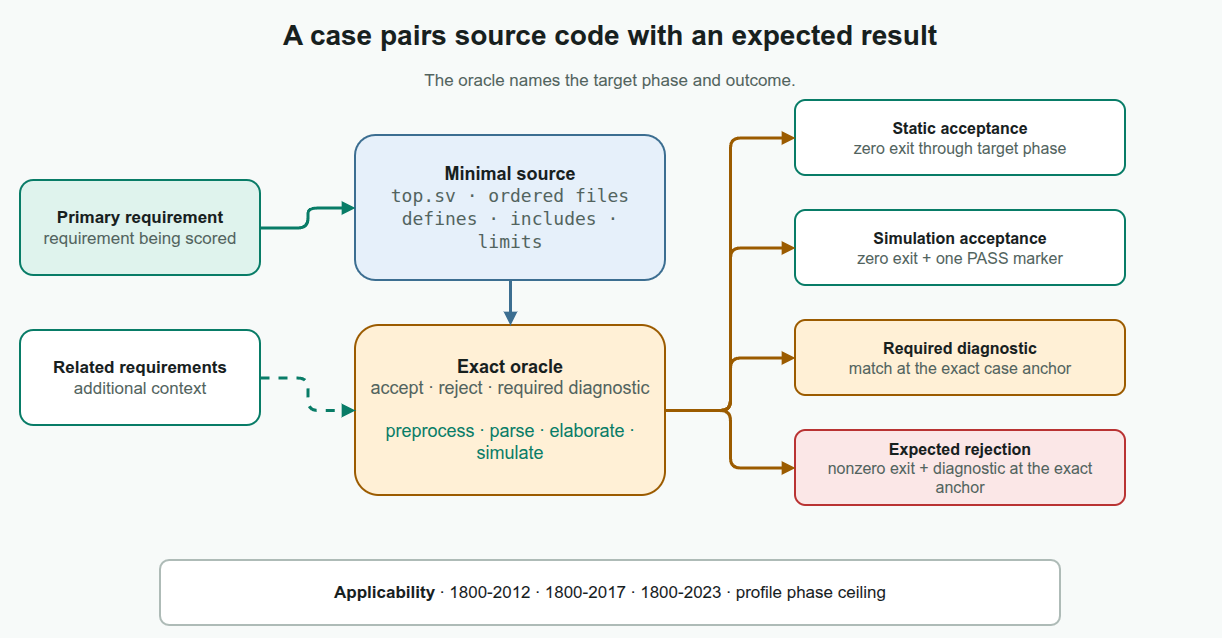
The draw.io diagram docs/about/assets/executable-cases.drawio.png in kleverhq/svtorture, before a commit. Source tidied: cells renumbered, new cells last; positions are measured from the earlier drawing's top-left corner, leaving out a move shared by most shapes.
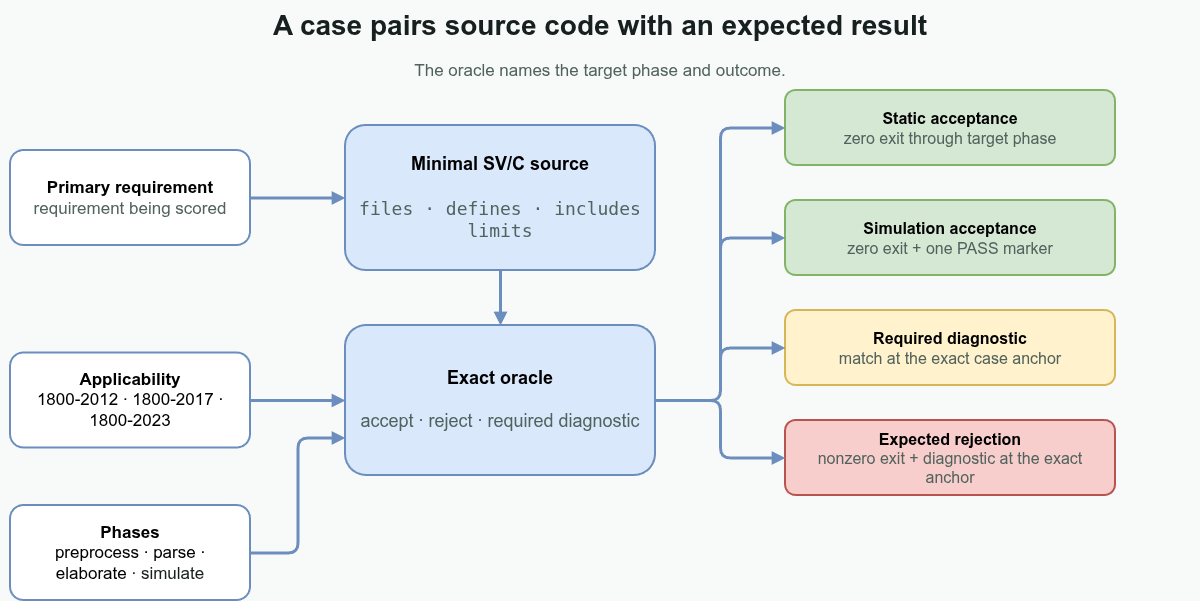
The same file after the commit.

The edit, as a diff of the source:
```diff
@@ -8,53 +8,56 @@
     <mxCell id="3" value="The oracle names the target phase and outcome." style="rounded=1;whiteSpace=wrap;html=1;arcSize=14;fillColor=none;strokeColor=none;strokeWidth=2;fontColor=#52635E;fontSize=17;fontStyle=0;align=center;verticalAlign=middle;spacing=10;rounded=0;spacing=0;verticalAlign=middle;" parent="1" vertex="1">
       <mxGeometry x="60" y="53" width="1080" height="35" as="geometry" />
     </mxCell>
-    <mxCell id="4" value="&lt;b&gt;Primary requirement&lt;/b&gt;&lt;br&gt;&lt;font color=&quot;#52635E&quot;&gt;requirement being scored&lt;/font&gt;" style="rounded=1;whiteSpace=wrap;html=1;arcSize=14;fillColor=#DFF3ED;strokeColor=#087C67;strokeWidth=2;fontColor=#17201E;fontSize=17;fontStyle=0;align=center;verticalAlign=middle;spacing=10;" parent="1" vertex="1">
-      <mxGeometry x="10" y="170" width="240" height="95" as="geometry" />
+    <mxCell id="4" value="&lt;b&gt;Primary requirement&lt;/b&gt;&lt;br&gt;&lt;font color=&quot;#52635E&quot;&gt;requirement being scored&lt;/font&gt;" style="rounded=1;whiteSpace=wrap;html=1;arcSize=14;fillColor=default;strokeColor=#6c8ebf;strokeWidth=2;fontSize=17;fontStyle=0;align=center;verticalAlign=middle;spacing=10;" parent="1" vertex="1">
+      <mxGeometry x="10" y="150" width="240" height="95" as="geometry" />
     </mxCell>
-    <mxCell id="5" value="&lt;b&gt;Related requirements&lt;/b&gt;&lt;br&gt;&lt;font color=&quot;#52635E&quot;&gt;additional context&lt;/font&gt;" style="rounded=1;whiteSpace=wrap;html=1;arcSize=14;fillColor=#FFFFFF;strokeColor=#087C67;strokeWidth=2;fontColor=#17201E;fontSize=17;fontStyle=0;align=center;verticalAlign=middle;spacing=10;" parent="1" vertex="1">
-      <mxGeometry x="10" y="320" width="240" height="95" as="geometry" />
-    </mxCell>
-    <mxCell id="6" value="&lt;b&gt;Minimal source&lt;/b&gt;&lt;br&gt;&lt;font face=&quot;monospace&quot; color=&quot;#52635E&quot;&gt;top.sv · ordered files&lt;br&gt;defines · includes · limits&lt;/font&gt;" style="rounded=1;whiteSpace=wrap;html=1;arcSize=14;fillColor=#E6F0FA;strokeColor=#3C6E91;strokeWidth=2;fontColor=#17201E;fontSize=18;fontStyle=0;align=center;verticalAlign=middle;spacing=10;" parent="1" vertex="1">
+    <mxCell id="6" value="&lt;b&gt;Minimal SV/C source&lt;/b&gt;&lt;div&gt;&lt;b&gt;&lt;br&gt;&lt;/b&gt;&lt;font face=&quot;monospace&quot; color=&quot;#52635E&quot;&gt;files ·&amp;nbsp;defines · includes limits&lt;/font&gt;&lt;/div&gt;" style="rounded=1;whiteSpace=wrap;html=1;arcSize=14;fillColor=#dae8fc;strokeColor=#6c8ebf;strokeWidth=2;fontSize=18;fontStyle=0;align=center;verticalAlign=middle;spacing=10;" parent="1" vertex="1">
       <mxGeometry x="345" y="125" width="310" height="145" as="geometry" />
     </mxCell>
-    <mxCell id="7" value="&lt;b&gt;Exact oracle&lt;/b&gt;&lt;br&gt;&lt;font color=&quot;#52635E&quot;&gt;accept · reject · required diagnostic&lt;/font&gt;&lt;br&gt;&lt;br&gt;&lt;font color=&quot;#087C67&quot;&gt;preprocess · parse · elaborate · simulate&lt;/font&gt;" style="rounded=1;whiteSpace=wrap;html=1;arcSize=14;fillColor=#FFF0D6;strokeColor=#9B5B00;strokeWidth=2;fontColor=#17201E;fontSize=18;fontStyle=0;align=center;verticalAlign=middle;spacing=10;" parent="1" vertex="1">
-      <mxGeometry x="345" y="315" width="310" height="170" as="geometry" />
+    <mxCell id="7" value="&lt;b&gt;Exact oracle&lt;/b&gt;&lt;div&gt;&lt;b&gt;&lt;br&gt;&lt;/b&gt;&lt;font color=&quot;#52635E&quot;&gt;accept · reject · required diagnostic&lt;/font&gt;&lt;/div&gt;" style="rounded=1;whiteSpace=wrap;html=1;arcSize=14;fillColor=#dae8fc;strokeColor=#6c8ebf;strokeWidth=2;fontSize=18;fontStyle=0;align=center;verticalAlign=middle;spacing=10;" parent="1" vertex="1">
+      <mxGeometry x="345" y="325" width="310" height="150" as="geometry" />
     </mxCell>
-    <mxCell id="8" value="&lt;b&gt;Static acceptance&lt;/b&gt;&lt;br&gt;&lt;font color=&quot;#52635E&quot;&gt;zero exit through target phase&lt;/font&gt;" style="rounded=1;whiteSpace=wrap;html=1;arcSize=14;fillColor=#FFFFFF;strokeColor=#087C67;strokeWidth=2;fontColor=#17201E;fontSize=16;fontStyle=0;align=center;verticalAlign=middle;spacing=10;" parent="1" vertex="1">
+    <mxCell id="8" value="&lt;b&gt;Static acceptance&lt;/b&gt;&lt;br&gt;&lt;font color=&quot;#52635E&quot;&gt;zero exit through target phase&lt;/font&gt;" style="rounded=1;whiteSpace=wrap;html=1;arcSize=14;fillColor=#d5e8d4;strokeColor=#82b366;strokeWidth=2;fontSize=16;fontStyle=0;align=center;verticalAlign=middle;spacing=10;" parent="1" vertex="1">
       <mxGeometry x="785" y="90" width="330" height="75" as="geometry" />
     </mxCell>
-    <mxCell id="9" value="&lt;b&gt;Simulation acceptance&lt;/b&gt;&lt;br&gt;&lt;font color=&quot;#52635E&quot;&gt;zero exit + one PASS marker&lt;/font&gt;" style="rounded=1;whiteSpace=wrap;html=1;arcSize=14;fillColor=#FFFFFF;strokeColor=#087C67;strokeWidth=2;fontColor=#17201E;fontSize=16;fontStyle=0;align=center;verticalAlign=middle;spacing=10;" parent="1" vertex="1">
+    <mxCell id="9" value="&lt;b&gt;Simulation acceptance&lt;/b&gt;&lt;br&gt;&lt;font color=&quot;#52635E&quot;&gt;zero exit + one PASS marker&lt;/font&gt;" style="rounded=1;whiteSpace=wrap;html=1;arcSize=14;fillColor=#d5e8d4;strokeColor=#82b366;strokeWidth=2;fontSize=16;fontStyle=0;align=center;verticalAlign=middle;spacing=10;" parent="1" vertex="1">
       <mxGeometry x="785" y="200" width="330" height="75" as="geometry" />
     </mxCell>
-    <mxCell id="10" value="&lt;b&gt;Required diagnostic&lt;/b&gt;&lt;br&gt;&lt;font color=&quot;#52635E&quot;&gt;match at the exact case anchor&lt;/font&gt;" style="rounded=1;whiteSpace=wrap;html=1;arcSize=14;fillColor=#FFF0D6;strokeColor=#9B5B00;strokeWidth=2;fontColor=#17201E;fontSize=16;fontStyle=0;align=center;verticalAlign=middle;spacing=10;" parent="1" vertex="1">
+    <mxCell id="10" value="&lt;b&gt;Required diagnostic&lt;/b&gt;&lt;br&gt;&lt;font color=&quot;#52635E&quot;&gt;match at the exact case anchor&lt;/font&gt;" style="rounded=1;whiteSpace=wrap;html=1;arcSize=14;fillColor=#fff2cc;strokeColor=#d6b656;strokeWidth=2;fontSize=16;fontStyle=0;align=center;verticalAlign=middle;spacing=10;" parent="1" vertex="1">
       <mxGeometry x="785" y="310" width="330" height="75" as="geometry" />
     </mxCell>
-    <mxCell id="11" value="&lt;b&gt;Expected rejection&lt;/b&gt;&lt;br&gt;&lt;font color=&quot;#52635E&quot;&gt;nonzero exit + diagnostic at the exact anchor&lt;/font&gt;" style="rounded=1;whiteSpace=wrap;html=1;arcSize=14;fillColor=#FBE7E7;strokeColor=#B93333;strokeWidth=2;fontColor=#17201E;fontSize=16;fontStyle=0;align=center;verticalAlign=middle;spacing=10;" parent="1" vertex="1">
+    <mxCell id="11" value="&lt;b&gt;Expected rejection&lt;/b&gt;&lt;br&gt;&lt;font color=&quot;#52635E&quot;&gt;nonzero exit + diagnostic at the exact anchor&lt;/font&gt;" style="rounded=1;whiteSpace=wrap;html=1;arcSize=14;fillColor=#f8cecc;strokeColor=#b85450;strokeWidth=2;fontSize=16;fontStyle=0;align=center;verticalAlign=middle;spacing=10;" parent="1" vertex="1">
       <mxGeometry x="785" y="420" width="330" height="75" as="geometry" />
     </mxCell>
-    <mxCell id="12" style="edgeStyle=orthogonalEdgeStyle;rounded=1;jettySize=auto;html=1;strokeColor=#087C67;strokeWidth=3;endArrow=block;endFill=1;exitX=1;exitY=0.5;entryX=0;entryY=0.5;dashed=0;" parent="1" edge="1" source="4" target="6">
+    <mxCell id="12" style="edgeStyle=orthogonalEdgeStyle;rounded=1;jettySize=auto;html=1;strokeColor=#6c8ebf;strokeWidth=3;endArrow=block;endFill=1;exitX=1;exitY=0.5;entryX=0;entryY=0.5;dashed=0;fillColor=#dae8fc;" parent="1" edge="1" source="4" target="6">
       <mxGeometry relative="1" as="geometry" />
     </mxCell>
-    <mxCell id="13" style="edgeStyle=orthogonalEdgeStyle;rounded=1;jettySize=auto;html=1;strokeColor=#087C67;strokeWidth=3;endArrow=block;endFill=1;exitX=1;exitY=0.5;entryX=0;entryY=0.5;dashed=1;" parent="1" edge="1" source="5" target="7">
-      <mxGeometry relative="1" as="geometry" />
-    </mxCell>
-    <mxCell id="14" style="edgeStyle=orthogonalEdgeStyle;rounded=1;jettySize=auto;html=1;strokeColor=#3C6E91;strokeWidth=3;endArrow=block;endFill=1;exitX=0.5;exitY=1;entryX=0.5;entryY=0;dashed=0;" parent="1" edge="1" source="6" target="7">
+    <mxCell id="14" style="edgeStyle=orthogonalEdgeStyle;rounded=1;jettySize=auto;html=1;strokeColor=#6c8ebf;strokeWidth=3;endArrow=block;endFill=1;exitX=0.5;exitY=1;entryX=0.5;entryY=0;dashed=0;fillColor=#dae8fc;" parent="1" edge="1" source="6" target="7">
       <mxGeometry relative="1" as="geometry" />
     </mxCell>
-    <mxCell id="15" style="edgeStyle=orthogonalEdgeStyle;rounded=1;jettySize=auto;html=1;strokeColor=#9B5B00;strokeWidth=3;endArrow=block;endFill=1;exitX=1;exitY=0.5;entryX=0;entryY=0.5;dashed=0;" parent="1" edge="1" source="7" target="8">
+    <mxCell id="15" style="edgeStyle=orthogonalEdgeStyle;rounded=1;jettySize=auto;html=1;strokeColor=#6c8ebf;strokeWidth=3;endArrow=block;endFill=1;exitX=1;exitY=0.5;entryX=0;entryY=0.5;dashed=0;fillColor=#dae8fc;" parent="1" edge="1" source="7" target="8">
       <mxGeometry relative="1" as="geometry" />
     </mxCell>
-    <mxCell id="16" style="edgeStyle=orthogonalEdgeStyle;rounded=1;jettySize=auto;html=1;strokeColor=#9B5B00;strokeWidth=3;endArrow=block;endFill=1;exitX=1;exitY=0.5;entryX=0;entryY=0.5;dashed=0;" parent="1" edge="1" source="7" target="9">
+    <mxCell id="16" style="edgeStyle=orthogonalEdgeStyle;rounded=1;jettySize=auto;html=1;strokeColor=#6c8ebf;strokeWidth=3;endArrow=block;endFill=1;exitX=1;exitY=0.5;entryX=0;entryY=0.5;dashed=0;fillColor=#dae8fc;" parent="1" edge="1" source="7" target="9">
       <mxGeometry relative="1" as="geometry" />
     </mxCell>
-    <mxCell id="17" style="edgeStyle=orthogonalEdgeStyle;rounded=1;jettySize=auto;html=1;strokeColor=#9B5B00;strokeWidth=3;endArrow=block;endFill=1;exitX=1;exitY=0.5;entryX=0;entryY=0.5;dashed=0;" parent="1" edge="1" source="7" target="10">
+    <mxCell id="17" style="edgeStyle=orthogonalEdgeStyle;rounded=1;jettySize=auto;html=1;strokeColor=#6c8ebf;strokeWidth=3;endArrow=block;endFill=1;exitX=1;exitY=0.5;entryX=0;entryY=0.5;dashed=0;fillColor=#dae8fc;" parent="1" edge="1" source="7" target="10">
       <mxGeometry relative="1" as="geometry" />
     </mxCell>
-    <mxCell id="18" style="edgeStyle=orthogonalEdgeStyle;rounded=1;jettySize=auto;html=1;strokeColor=#9B5B00;strokeWidth=3;endArrow=block;endFill=1;exitX=1;exitY=0.5;entryX=0;entryY=0.5;dashed=0;" parent="1" edge="1" source="7" target="11">
+    <mxCell id="18" style="edgeStyle=orthogonalEdgeStyle;rounded=1;jettySize=auto;html=1;strokeColor=#6c8ebf;strokeWidth=3;endArrow=block;endFill=1;exitX=1;exitY=0.5;entryX=0;entryY=0.5;dashed=0;fillColor=#dae8fc;" parent="1" edge="1" source="7" target="11">
       <mxGeometry relative="1" as="geometry" />
     </mxCell>
+    <mxCell id="20" style="edgeStyle=orthogonalEdgeStyle;rounded=1;jettySize=auto;html=1;exitX=1;exitY=0.5;exitDx=0;exitDy=0;entryX=0;entryY=0.5;entryDx=0;entryDy=0;dashed=0;strokeColor=#6c8ebf;strokeWidth=3;align=center;verticalAlign=middle;fontFamily=Helvetica;fontSize=11;fontColor=default;labelBackgroundColor=default;endArrow=block;endFill=1;fillColor=#dae8fc;" parent="1" edge="1" source="19" target="7">
+      <mxGeometry relative="1" as="geometry" />
+    </mxCell>
-    <mxCell id="19" value="&lt;b&gt;Applicability&lt;/b&gt;  ·  1800-2012  ·  1800-2017  ·  1800-2023  ·  profile phase ceiling" style="rounded=1;whiteSpace=wrap;html=1;arcSize=14;fillColor=#FFFFFF;strokeColor=#AEBBB7;strokeWidth=2;fontColor=#17201E;fontSize=17;fontStyle=0;align=center;verticalAlign=middle;spacing=10;" parent="1" vertex="1">
-      <mxGeometry x="150" y="550" width="900" height="65" as="geometry" />
+    <mxCell id="19" value="&lt;b&gt;Applicability&lt;/b&gt;&lt;div&gt;1800-2012  ·  1800-2017  ·  1800-2023&lt;/div&gt;" style="rounded=1;whiteSpace=wrap;html=1;arcSize=14;fillColor=default;strokeColor=#6c8ebf;strokeWidth=2;fontSize=17;fontStyle=0;align=center;verticalAlign=middle;spacing=10;" parent="1" vertex="1">
+      <mxGeometry x="10" y="352.5" width="240" height="95" as="geometry" />
     </mxCell>
+    <mxCell id="21" style="edgeStyle=orthogonalEdgeStyle;rounded=1;jettySize=auto;html=1;exitX=1;exitY=0.5;exitDx=0;exitDy=0;entryX=0;entryY=0.75;entryDx=0;entryDy=0;dashed=0;strokeColor=#6c8ebf;strokeWidth=3;align=center;verticalAlign=middle;fontFamily=Helvetica;fontSize=11;fontColor=default;labelBackgroundColor=default;endArrow=block;endFill=1;fillColor=#dae8fc;" parent="1" edge="1" source="22" target="7">
+      <mxGeometry relative="1" as="geometry" />
+    </mxCell>
+    <mxCell id="22" value="&lt;b&gt;Phases&lt;/b&gt;&lt;div&gt;preprocess ·  parse ·  elaborate&amp;nbsp;&lt;span style=&quot;background-color: transparent; color: light-dark(rgb(23, 32, 30), rgb(206, 213, 212));&quot;&gt;· simulate&lt;/span&gt;&lt;/div&gt;" style="rounded=1;whiteSpace=wrap;html=1;arcSize=14;fillColor=default;strokeColor=#6c8ebf;strokeWidth=2;fontSize=17;fontStyle=0;align=center;verticalAlign=middle;spacing=10;" parent="1" vertex="1">
+      <mxGeometry x="10" y="505" width="240" height="95" as="geometry" />
+    </mxCell>
   </root>
 </mxGraphModel>
```
